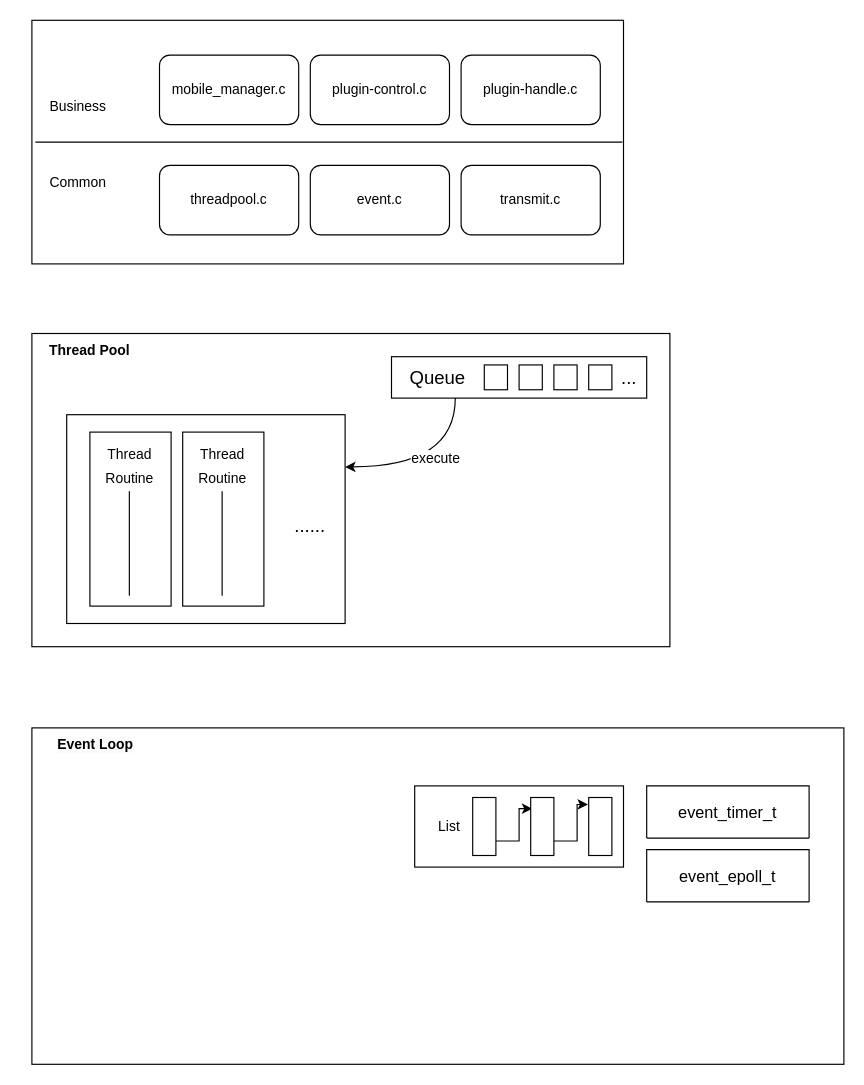
waterwatermelon/graph keeps this draw.io diagram as page "frame" (1 of 4) of gw-mtk/mobile_manager.drawio. Above is the earlier version. Source tidied: cells renumbered, new cells numbered last; positions are measured from the earlier drawing's top-left corner, leaving out a move shared by most shapes. Both pictures are drawn from the tidied source at 116%, with x=0, y=0 at pixel (31, 20).
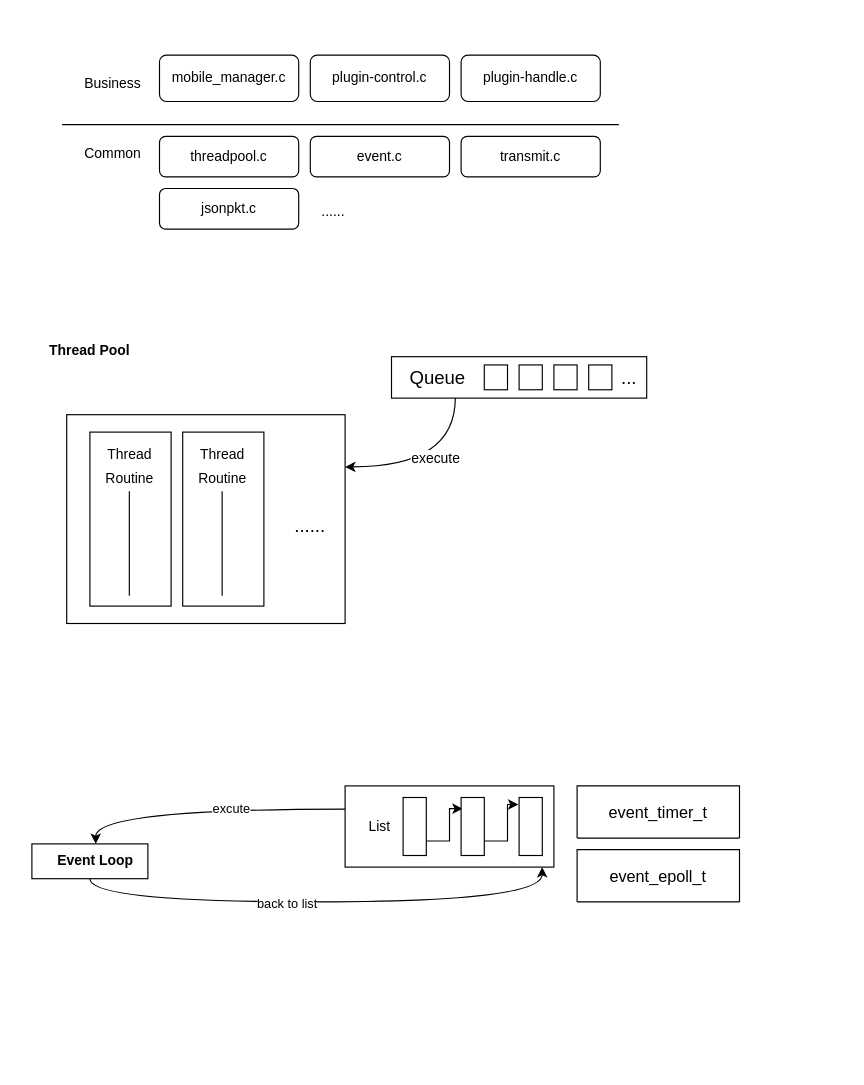
The same diagram, later.

The edit, as a diff of the source:
```diff
@@
-    <mxCell id="2" style="rounded=0;whiteSpace=wrap;html=1;" parent="1" vertex="1">
-      <mxGeometry y="610" width="700" height="290" as="geometry" />
+    <mxCell id="2" style="rounded=0;whiteSpace=wrap;html=1;strokeColor=none;" parent="1" vertex="1">
+      <mxGeometry x="-10" y="610" width="650" height="290" as="geometry" />
     </mxCell>
+    <mxCell id="47" style="edgeStyle=orthogonalEdgeStyle;rounded=0;jettySize=auto;html=1;exitX=0.5;exitY=1;exitDx=0;exitDy=0;entryX=0.944;entryY=1;entryDx=0;entryDy=0;entryPerimeter=0;curved=1;" parent="1" edge="1" source="49" target="15">
+      <mxGeometry relative="1" as="geometry" />
+    </mxCell>
+    <mxCell id="48" value="back to list" style="edgeLabel;html=1;align=center;verticalAlign=middle;" parent="47" vertex="1">
+      <mxGeometry x="-0.14" y="-1" relative="1" as="geometry" />
+    </mxCell>
+    <mxCell id="49" style="rounded=0;whiteSpace=wrap;html=1;" parent="1" vertex="1">
+      <mxGeometry y="710" width="100" height="30" as="geometry" />
+    </mxCell>
-    <mxCell id="3" style="rounded=0;whiteSpace=wrap;html=1;" parent="1" vertex="1">
+    <mxCell id="3" style="rounded=0;whiteSpace=wrap;html=1;strokeColor=none;" parent="1" vertex="1">
       <mxGeometry y="270" width="550" height="270" as="geometry" />
     </mxCell>
-    <mxCell id="4" style="rounded=0;whiteSpace=wrap;html=1;" parent="1" vertex="1">
-      <mxGeometry width="510" height="210" as="geometry" />
+    <mxCell id="4" style="rounded=0;whiteSpace=wrap;html=1;strokeColor=none;" parent="1" vertex="1">
+      <mxGeometry x="20" y="10" width="490" height="190" as="geometry" />
     </mxCell>
     <mxCell id="5" value="plugin-control.c" style="rounded=1;whiteSpace=wrap;html=1;" parent="1" vertex="1">
-      <mxGeometry x="240" y="30" width="120" height="60" as="geometry" />
+      <mxGeometry x="240" y="30" width="120" height="40" as="geometry" />
     </mxCell>
     <mxCell id="6" value="plugin-handle.c" style="rounded=1;whiteSpace=wrap;html=1;" parent="1" vertex="1">
-      <mxGeometry x="370" y="30" width="120" height="60" as="geometry" />
+      <mxGeometry x="370" y="30" width="120" height="40" as="geometry" />
     </mxCell>
@@
     <mxCell id="15" style="rounded=0;whiteSpace=wrap;html=1;fontSize=16;" parent="1" vertex="1">
-      <mxGeometry x="330" y="660" width="180" height="70" as="geometry" />
+      <mxGeometry x="270" y="660" width="180" height="70" as="geometry" />
     </mxCell>
@@
     <mxCell id="17" style="rounded=0;whiteSpace=wrap;html=1;fontSize=16;" parent="1" vertex="1">
-      <mxGeometry x="380" y="670" width="20" height="50" as="geometry" />
+      <mxGeometry x="320" y="670" width="20" height="50" as="geometry" />
     </mxCell>
@@
     <mxCell id="19" style="rounded=0;whiteSpace=wrap;html=1;fontSize=16;" parent="1" vertex="1">
-      <mxGeometry x="430" y="670" width="20" height="50" as="geometry" />
+      <mxGeometry x="370" y="670" width="20" height="50" as="geometry" />
     </mxCell>
     <mxCell id="20" style="rounded=0;whiteSpace=wrap;html=1;fontSize=16;" parent="1" vertex="1">
-      <mxGeometry x="480" y="670" width="20" height="50" as="geometry" />
+      <mxGeometry x="420" y="670" width="20" height="50" as="geometry" />
     </mxCell>
+    <mxCell id="50" style="edgeStyle=orthogonalEdgeStyle;rounded=0;jettySize=auto;html=1;exitX=0;exitY=0;exitDx=0;exitDy=0;entryX=0.5;entryY=0;entryDx=0;entryDy=0;curved=1;" parent="1" edge="1" source="21" target="31">
+      <mxGeometry relative="1" as="geometry">
+        <Array as="points">
+          <mxPoint x="55" y="680" />
+        </Array>
+      </mxGeometry>
+    </mxCell>
+    <mxCell id="51" value="excute" style="edgeLabel;html=1;align=center;verticalAlign=middle;" parent="50" vertex="1">
+      <mxGeometry x="-0.19" y="-1" relative="1" as="geometry" />
+    </mxCell>
     <mxCell id="21" value="List" style="text;html=1;strokeColor=none;fillColor=none;align=center;verticalAlign=middle;whiteSpace=wrap;rounded=0;" parent="1" vertex="1">
-      <mxGeometry x="330" y="680" width="60" height="30" as="geometry" />
+      <mxGeometry x="270" y="680" width="60" height="30" as="geometry" />
     </mxCell>
     <mxCell id="22" value="event_timer_t" style="swimlane;horizontal=1;startSize=50;rounded=1;fontSize=14;fontStyle=0;strokeWidth=1;shadow=0;dashed=0;align=center;arcSize=4;whiteSpace=wrap;html=1;" parent="1" vertex="1" collapsed="1">
-      <mxGeometry x="530" y="660" width="140" height="45" as="geometry" />
+      <mxGeometry x="470" y="660" width="140" height="45" as="geometry" />
     </mxCell>
     <mxCell id="23" value="event_epoll_t" style="swimlane;horizontal=1;startSize=50;rounded=1;fontSize=14;fontStyle=0;strokeWidth=1;shadow=0;dashed=0;align=center;arcSize=4;whiteSpace=wrap;html=1;" parent="1" vertex="1" collapsed="1">
-      <mxGeometry x="530" y="715" width="140" height="45" as="geometry" />
+      <mxGeometry x="470" y="715" width="140" height="45" as="geometry" />
     </mxCell>
     <mxCell id="24" value="threadpool.c" style="rounded=1;whiteSpace=wrap;html=1;" parent="1" vertex="1">
-      <mxGeometry x="110" y="125" width="120" height="60" as="geometry" />
+      <mxGeometry x="110" y="100" width="120" height="35" as="geometry" />
     </mxCell>
     <mxCell id="25" value="event.c" style="rounded=1;whiteSpace=wrap;html=1;" parent="1" vertex="1">
-      <mxGeometry x="240" y="125" width="120" height="60" as="geometry" />
+      <mxGeometry x="240" y="100" width="120" height="35" as="geometry" />
     </mxCell>
     <mxCell id="26" value="transmit.c" style="rounded=1;whiteSpace=wrap;html=1;" parent="1" vertex="1">
-      <mxGeometry x="370" y="125" width="120" height="60" as="geometry" />
+      <mxGeometry x="370" y="100" width="120" height="35" as="geometry" />
     </mxCell>
     <mxCell id="27" style="endArrow=none;html=1;rounded=0;" parent="1" edge="1">
       <mxGeometry relative="1" as="geometry">
-        <mxPoint x="3" y="105" as="sourcePoint" />
-        <mxPoint x="509" y="105" as="targetPoint" />
+        <mxPoint x="26" y="90" as="sourcePoint" />
+        <mxPoint x="506" y="90" as="targetPoint" />
       </mxGeometry>
     </mxCell>
     <mxCell id="28" value="Business" style="text;html=1;strokeColor=none;fillColor=none;align=center;verticalAlign=middle;whiteSpace=wrap;rounded=0;" parent="1" vertex="1">
-      <mxGeometry x="10" y="60" width="60" height="30" as="geometry" />
+      <mxGeometry x="40" y="40" width="60" height="30" as="geometry" />
     </mxCell>
     <mxCell id="29" value="Common" style="text;html=1;strokeColor=none;fillColor=none;align=center;verticalAlign=middle;whiteSpace=wrap;rounded=0;" parent="1" vertex="1">
-      <mxGeometry x="10" y="125" width="60" height="30" as="geometry" />
+      <mxGeometry x="40" y="100" width="60" height="30" as="geometry" />
     </mxCell>
     <mxCell id="30" value="mobile_manager.c" style="rounded=1;whiteSpace=wrap;html=1;" parent="1" vertex="1">
-      <mxGeometry x="110" y="30" width="120" height="60" as="geometry" />
+      <mxGeometry x="110" y="30" width="120" height="40" as="geometry" />
     </mxCell>
     <mxCell id="31" value="&lt;b style=&quot;border-color: var(--border-color); color: rgb(0, 0, 0); font-family: Helvetica; font-size: 12px; font-style: normal; font-variant-ligatures: normal; font-variant-caps: normal; letter-spacing: normal; orphans: 2; text-align: center; text-indent: 0px; text-transform: none; widows: 2; word-spacing: 0px; -webkit-text-stroke-width: 0px; background-color: rgb(251, 251, 251); text-decoration-thickness: initial; text-decoration-style: initial; text-decoration-color: initial;&quot;&gt;Event Loop&lt;/b&gt;" style="text;html=1;strokeColor=none;fillColor=none;align=center;verticalAlign=middle;whiteSpace=wrap;rounded=0;" parent="1" vertex="1">
-      <mxGeometry y="610" width="110" height="30" as="geometry" />
+      <mxGeometry y="710" width="110" height="30" as="geometry" />
     </mxCell>
@@
+    <mxCell id="52" value="jsonpkt.c" style="rounded=1;whiteSpace=wrap;html=1;" parent="1" vertex="1">
+      <mxGeometry x="110" y="145" width="120" height="35" as="geometry" />
+    </mxCell>
+    <mxCell id="53" value="......" style="text;html=1;strokeColor=none;fillColor=none;align=center;verticalAlign=middle;whiteSpace=wrap;rounded=0;" parent="1" vertex="1">
+      <mxGeometry x="230" y="150" width="60" height="30" as="geometry" />
+    </mxCell>
```
